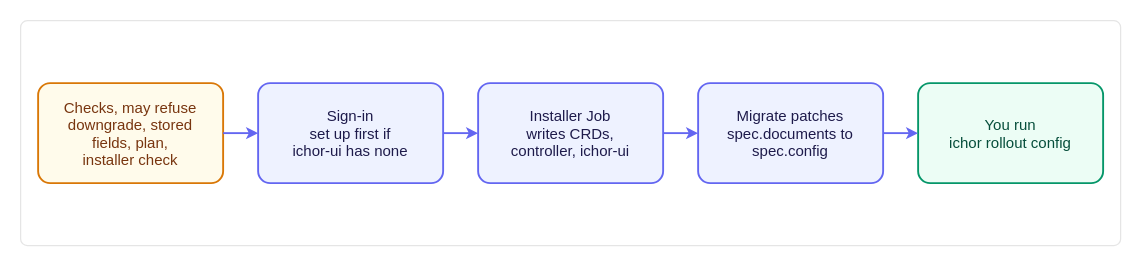
maeshinshin/ichor keeps this draw.io diagram as docs/images/ih-upgrade-ichor.drawio. Above is the earlier version. Source tidied: cells renumbered, new cells numbered last; positions are measured from the earlier drawing's top-left corner, leaving out a move shared by most shapes. Both pictures are drawn from the tidied source at 125%, with x=0, y=0 at pixel (20, 20).
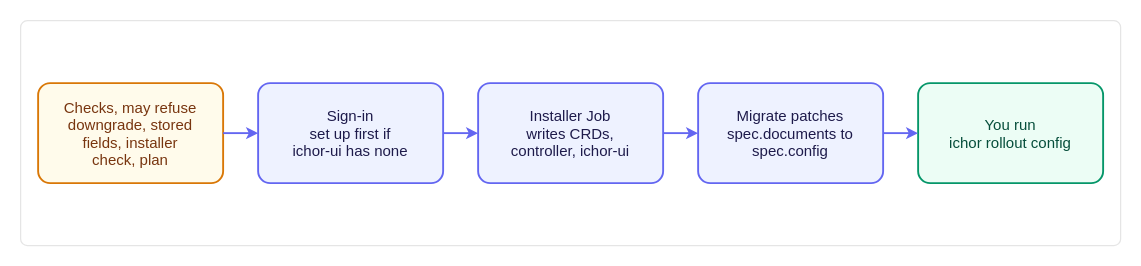
Above is the later version.

Commit message (it also covers changes not shown here):
docs: the upgrade guide and ADR 0059 name the CLI-side image check, the checked digest and the order of the checks

What changed in the source:
```diff
@@
 <mxGraphModel>
   <root>
     <mxCell id="0" />
     <mxCell id="1" parent="0" />
     <mxCell id="2" style="rounded=1;arcSize=3;fillColor=light-dark(#FFFFFF,#0A0A0A);strokeColor=light-dark(#E5E5E5,#262626);strokeWidth=1;html=0;" parent="1" vertex="1">
       <mxGeometry width="880" height="180" as="geometry" />
     </mxCell>
-    <mxCell id="3" value="Checks, may refuse&#10;downgrade, stored&#10;fields, plan,&#10;installer check" style="rounded=1;arcSize=12;fillColor=light-dark(#FFFBEB,#2B2008);strokeColor=light-dark(#D97706,#FBBF24);strokeWidth=1.5;fontColor=light-dark(#78350F,#FDE68A);fontFamily=Helvetica;fontSize=12;align=center;verticalAlign=middle;html=0;" parent="1" vertex="1">
+    <mxCell id="3" value="Checks, may refuse&#10;downgrade, stored&#10;fields, installer&#10;check, plan" style="rounded=1;arcSize=12;fillColor=light-dark(#FFFBEB,#2B2008);strokeColor=light-dark(#D97706,#FBBF24);strokeWidth=1.5;fontColor=light-dark(#78350F,#FDE68A);fontFamily=Helvetica;fontSize=12;align=center;verticalAlign=middle;html=0;" parent="1" vertex="1">
       <mxGeometry x="14" y="50" width="148" height="80" as="geometry" />
     </mxCell>
     <mxCell id="4" value="Sign-in&#10;set up first if&#10;ichor-ui has none" style="rounded=1;arcSize=12;fillColor=light-dark(#EEF2FF,#232553);strokeColor=light-dark(#6366F1,#818CF8);strokeWidth=1.5;fontColor=light-dark(#1E1B4B,#E0E7FF);fontFamily=Helvetica;fontSize=12;align=center;verticalAlign=middle;html=0;" parent="1" vertex="1">
       <mxGeometry x="190" y="50" width="148" height="80" as="geometry" />
     </mxCell>
     <mxCell id="5" value="Installer Job&#10;writes CRDs,&#10;controller, ichor-ui" style="rounded=1;arcSize=12;fillColor=light-dark(#EEF2FF,#232553);strokeColor=light-dark(#6366F1,#818CF8);strokeWidth=1.5;fontColor=light-dark(#1E1B4B,#E0E7FF);fontFamily=Helvetica;fontSize=12;align=center;verticalAlign=middle;html=0;" parent="1" vertex="1">
       <mxGeometry x="366" y="50" width="148" height="80" as="geometry" />
     </mxCell>
     <mxCell id="6" value="Migrate patches&#10;spec.documents to&#10;spec.config" style="rounded=1;arcSize=12;fillColor=light-dark(#EEF2FF,#232553);strokeColor=light-dark(#6366F1,#818CF8);strokeWidth=1.5;fontColor=light-dark(#1E1B4B,#E0E7FF);fontFamily=Helvetica;fontSize=12;align=center;verticalAlign=middle;html=0;" parent="1" vertex="1">
       <mxGeometry x="542" y="50" width="148" height="80" as="geometry" />
     </mxCell>
     <mxCell id="7" value="You run&#10;ichor rollout config" style="rounded=1;arcSize=12;fillColor=light-dark(#ECFDF5,#0B2A1F);strokeColor=light-dark(#059669,#34D399);strokeWidth=1.5;fontColor=light-dark(#064E3B,#A7F3D0);fontFamily=Helvetica;fontSize=12;align=center;verticalAlign=middle;html=0;" parent="1" vertex="1">
       <mxGeometry x="718" y="50" width="148" height="80" as="geometry" />
     </mxCell>
     <mxCell id="8" style="edgeStyle=orthogonalEdgeStyle;rounded=1;jettySize=auto;strokeColor=light-dark(#6366F1,#818CF8);strokeWidth=1.5;endArrow=classic;endFill=1;endSize=5;startArrow=none;startFill=1;startSize=5;exitX=1;exitY=0.5;exitDx=0;exitDy=0;entryX=0;entryY=0.5;entryDx=0;entryDy=0;html=0;" parent="1" edge="1" source="3" target="4">
       <mxGeometry relative="1" as="geometry" />
     </mxCell>
     <mxCell id="9" style="edgeStyle=orthogonalEdgeStyle;rounded=1;jettySize=auto;strokeColor=light-dark(#6366F1,#818CF8);strokeWidth=1.5;endArrow=classic;endFill=1;endSize=5;startArrow=none;startFill=1;startSize=5;exitX=1;exitY=0.5;exitDx=0;exitDy=0;entryX=0;entryY=0.5;entryDx=0;entryDy=0;html=0;" parent="1" edge="1" source="4" target="5">
       <mxGeometry relative="1" as="geometry" />
     </mxCell>
     <mxCell id="10" style="edgeStyle=orthogonalEdgeStyle;rounded=1;jettySize=auto;strokeColor=light-dark(#6366F1,#818CF8);strokeWidth=1.5;endArrow=classic;endFill=1;endSize=5;startArrow=none;startFill=1;startSize=5;exitX=1;exitY=0.5;exitDx=0;exitDy=0;entryX=0;entryY=0.5;entryDx=0;entryDy=0;html=0;" parent="1" edge="1" source="5" target="6">
       <mxGeometry relative="1" as="geometry" />
     </mxCell>
     <mxCell id="11" style="edgeStyle=orthogonalEdgeStyle;rounded=1;jettySize=auto;strokeColor=light-dark(#6366F1,#818CF8);strokeWidth=1.5;endArrow=classic;endFill=1;endSize=5;startArrow=none;startFill=1;startSize=5;exitX=1;exitY=0.5;exitDx=0;exitDy=0;entryX=0;entryY=0.5;entryDx=0;entryDy=0;html=0;" parent="1" edge="1" source="6" target="7">
       <mxGeometry relative="1" as="geometry" />
     </mxCell>
   </root>
 </mxGraphModel>
```
